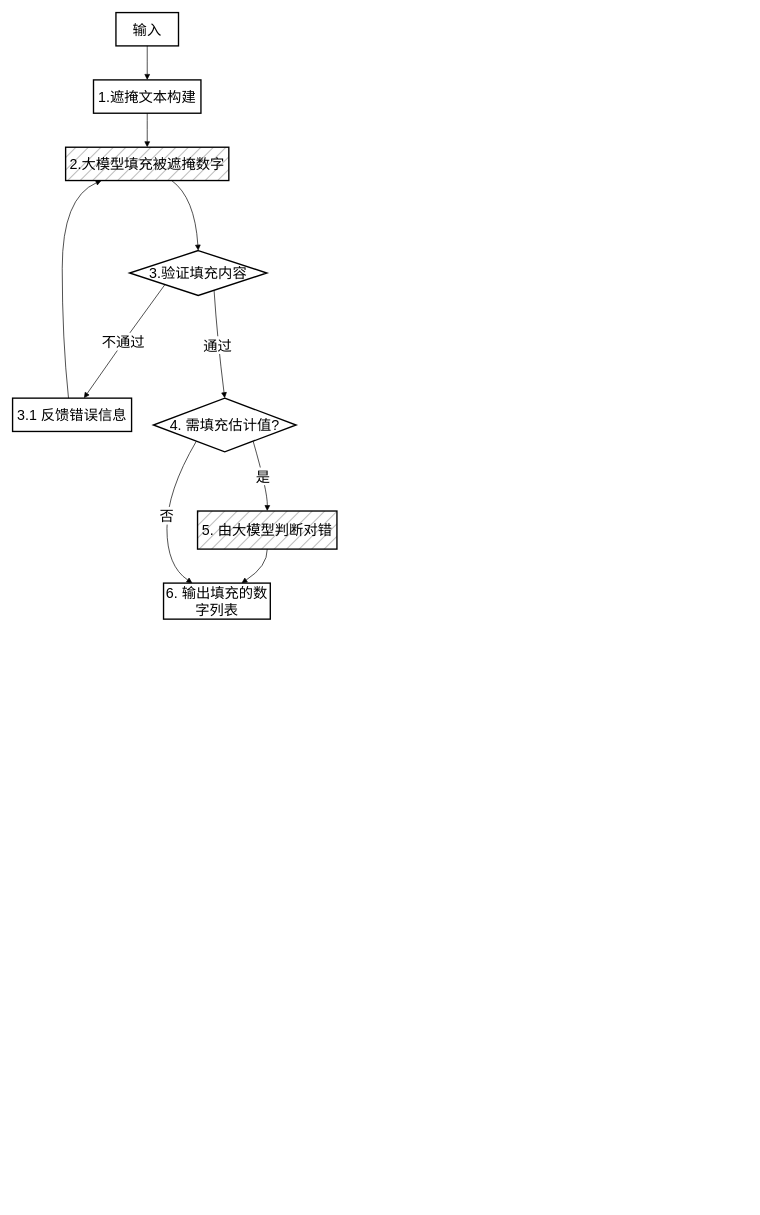
CindyZX/drawio_figures keeps this draw.io diagram as payment_report.drawio. Above is the earlier version. Source tidied: cells renumbered, new cells numbered last; positions are measured from the earlier drawing's top-left corner, leaving out a move shared by most shapes. Both pictures are drawn from the tidied source at 68%, with x=0, y=0 at pixel (12, 12).
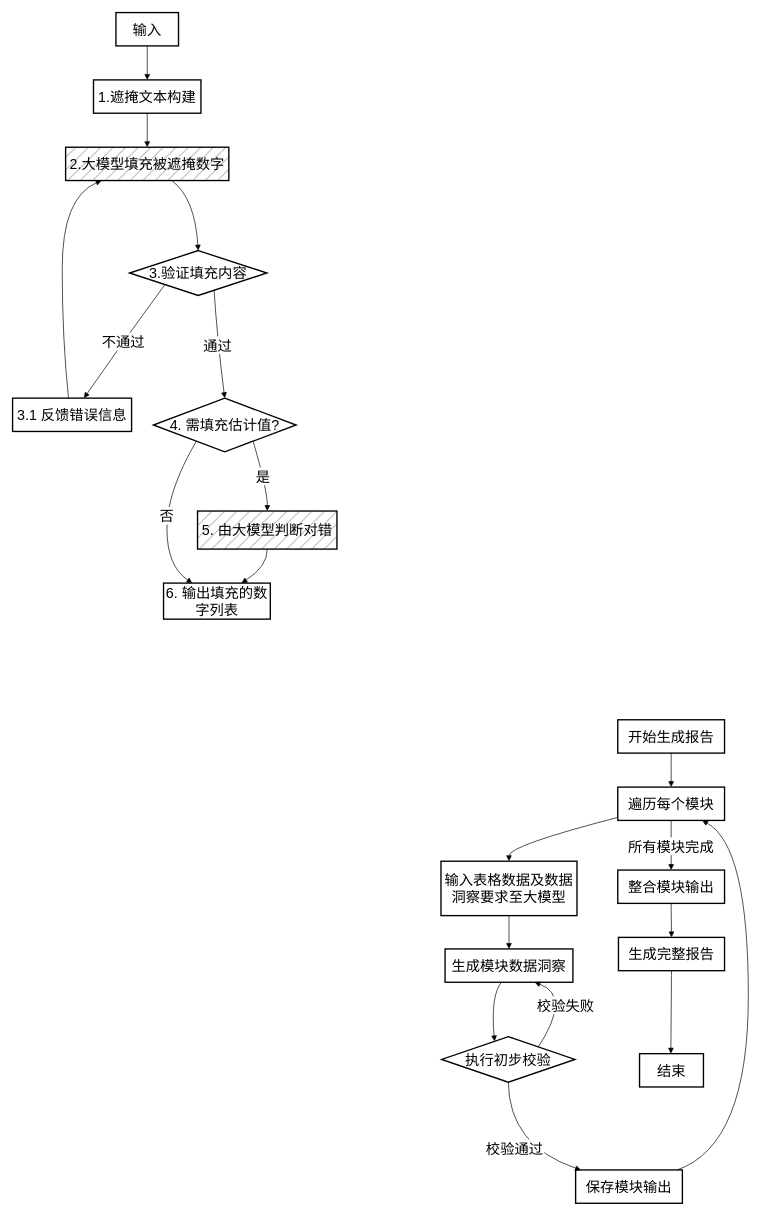
The same diagram, later.

What changed in the source:
```diff
@@
+    <mxCell id="19" value="开始生成报告" style="whiteSpace=wrap;strokeWidth=2;fontSize=21;" parent="1" vertex="1">
+      <mxGeometry x="890" y="1040" width="157" height="49" as="geometry" />
+    </mxCell>
+    <mxCell id="20" value="遍历每个模块" style="whiteSpace=wrap;strokeWidth=2;fontSize=21;" parent="1" vertex="1">
+      <mxGeometry x="890" y="1139" width="157" height="49" as="geometry" />
+    </mxCell>
+    <mxCell id="21" value="输入表格数据及数据洞察要求至大模型" style="whiteSpace=wrap;strokeWidth=2;fontSize=21;" parent="1" vertex="1">
+      <mxGeometry x="630" y="1248" width="200" height="80" as="geometry" />
+    </mxCell>
+    <mxCell id="22" value="生成模块数据洞察" style="whiteSpace=wrap;strokeWidth=2;fontSize=21;" parent="1" vertex="1">
+      <mxGeometry x="636" y="1377" width="188" height="49" as="geometry" />
+    </mxCell>
+    <mxCell id="23" value="执行初步校验" style="rhombus;strokeWidth=2;whiteSpace=wrap;fontSize=21;" parent="1" vertex="1">
+      <mxGeometry x="631" y="1506" width="196" height="67" as="geometry" />
+    </mxCell>
+    <mxCell id="24" value="保存模块输出" style="whiteSpace=wrap;strokeWidth=2;fontSize=21;" parent="1" vertex="1">
+      <mxGeometry x="828" y="1702" width="157" height="49" as="geometry" />
+    </mxCell>
+    <mxCell id="25" value="整合模块输出" style="whiteSpace=wrap;strokeWidth=2;fontSize=21;" parent="1" vertex="1">
+      <mxGeometry x="890" y="1261" width="157" height="49" as="geometry" />
+    </mxCell>
+    <mxCell id="26" value="生成完整报告" style="whiteSpace=wrap;strokeWidth=2;fontSize=21;" parent="1" vertex="1">
+      <mxGeometry x="891" y="1360" width="156" height="49" as="geometry" />
+    </mxCell>
+    <mxCell id="27" value="结束" style="whiteSpace=wrap;strokeWidth=2;fontSize=21;" parent="1" vertex="1">
+      <mxGeometry x="922" y="1531" width="94" height="49" as="geometry" />
+    </mxCell>
+    <mxCell id="28" style="curved=1;startArrow=none;endArrow=block;exitX=0.5;exitY=1;entryX=0.5;entryY=0;rounded=0;fontSize=21;" parent="1" edge="1" source="19" target="20">
+      <mxGeometry relative="1" as="geometry" />
+    </mxCell>
+    <mxCell id="29" style="curved=1;startArrow=none;endArrow=block;exitX=0;exitY=0.91;entryX=0.5;entryY=0;rounded=0;fontSize=21;" parent="1" edge="1" source="20" target="21">
+      <mxGeometry relative="1" as="geometry">
+        <Array as="points">
+          <mxPoint x="730" y="1225" />
+        </Array>
+      </mxGeometry>
+    </mxCell>
+    <mxCell id="30" style="curved=1;startArrow=none;endArrow=block;exitX=0.5;exitY=1;entryX=0.5;entryY=0;rounded=0;fontSize=21;" parent="1" edge="1" source="21" target="22">
+      <mxGeometry relative="1" as="geometry" />
+    </mxCell>
+    <mxCell id="31" style="curved=1;startArrow=none;endArrow=block;exitX=0.44;exitY=1;entryX=0.37;entryY=0;rounded=0;fontSize=21;" parent="1" edge="1" source="22" target="23">
+      <mxGeometry relative="1" as="geometry">
+        <Array as="points">
+          <mxPoint x="703" y="1446" />
+        </Array>
+      </mxGeometry>
+    </mxCell>
+    <mxCell id="32" value="校验失败" style="curved=1;startArrow=none;endArrow=block;exitX=0.91;exitY=0;entryX=0.7;entryY=1;rounded=0;fontSize=21;" parent="1" edge="1" source="23" target="22">
+      <mxGeometry relative="1" as="geometry">
+        <Array as="points">
+          <mxPoint x="822" y="1446" />
+        </Array>
+      </mxGeometry>
+    </mxCell>
+    <mxCell id="33" value="校验通过" style="curved=1;startArrow=none;endArrow=block;exitX=0.5;exitY=1;entryX=0.05;entryY=0;rounded=0;fontSize=21;" parent="1" edge="1" source="23" target="24">
+      <mxGeometry relative="1" as="geometry">
+        <Array as="points">
+          <mxPoint x="730" y="1666" />
+        </Array>
+      </mxGeometry>
+    </mxCell>
+    <mxCell id="34" style="curved=1;startArrow=none;endArrow=block;exitX=0.95;exitY=0;entryX=0.79;entryY=1;rounded=0;fontSize=21;" parent="1" edge="1" source="24" target="20">
+      <mxGeometry relative="1" as="geometry">
+        <Array as="points">
+          <mxPoint x="1082" y="1666" />
+          <mxPoint x="1082" y="1225" />
+        </Array>
+      </mxGeometry>
+    </mxCell>
+    <mxCell id="35" value="所有模块完成" style="curved=1;startArrow=none;endArrow=block;exitX=0.5;exitY=1;entryX=0.5;entryY=0;rounded=0;fontSize=21;" parent="1" edge="1" source="20" target="25">
+      <mxGeometry relative="1" as="geometry" />
+    </mxCell>
+    <mxCell id="36" style="curved=1;startArrow=none;endArrow=block;exitX=0.5;exitY=1;entryX=0.5;entryY=0;rounded=0;fontSize=21;" parent="1" edge="1" source="25" target="26">
+      <mxGeometry relative="1" as="geometry" />
+    </mxCell>
+    <mxCell id="37" style="curved=1;startArrow=none;endArrow=block;exitX=0.5;exitY=1;entryX=0.49;entryY=0;rounded=0;fontSize=21;" parent="1" edge="1" source="26" target="27">
+      <mxGeometry relative="1" as="geometry" />
+    </mxCell>
```
